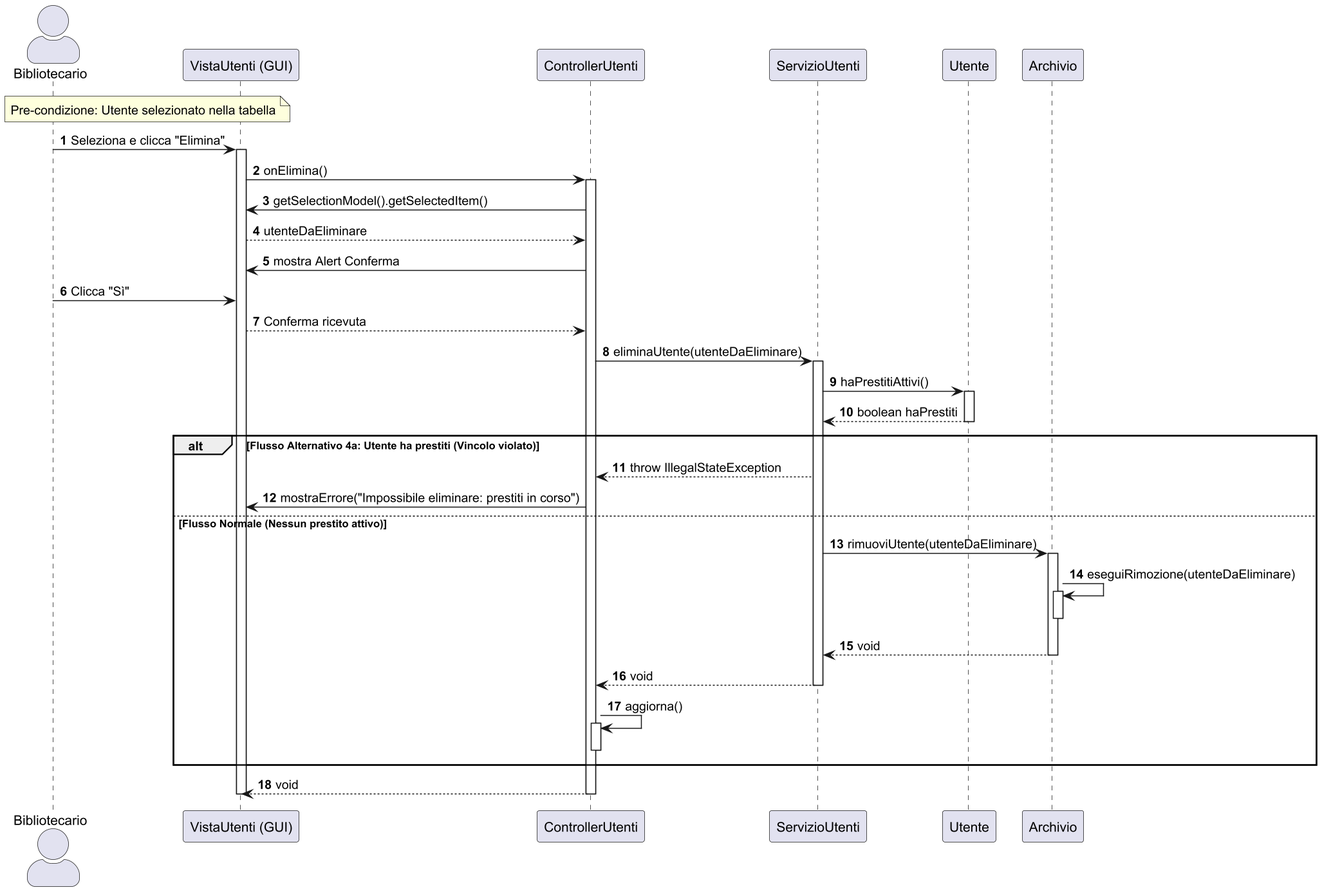
Above: docs/Design/Diagrammi di sequenza/UC10.png in digregoriomario/bibliosoft (PlantUML), before the change.
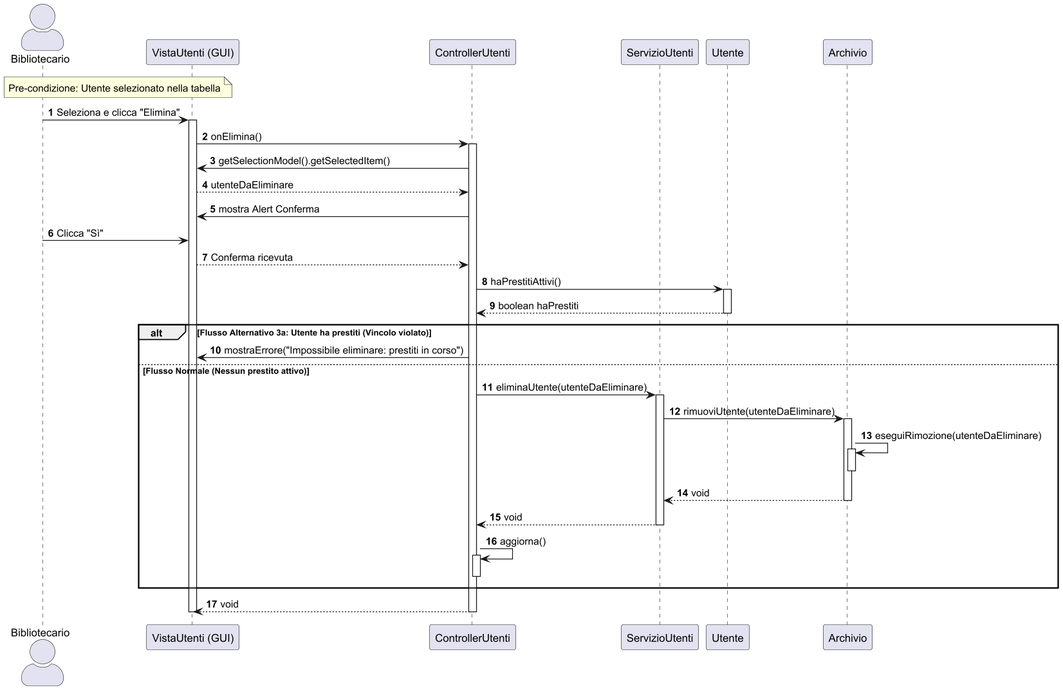
Above is the later version.

Diff of the diagram source:
```diff
@@ -24,37 +24,33 @@
     User -> GUI : Clicca "Sì"
     GUI --> CU : Conferma ricevuta
 
-    CU -> SU : eliminaUtente(utenteDaEliminare)
-    activate SU
+    CU -> Model : haPrestitiAttivi()
+    activate Model
+    Model --> CU : boolean haPrestiti
+    deactivate Model
 
-        SU -> Model : haPrestitiAttivi()
-        activate Model
-        Model --> SU : boolean haPrestiti
-        deactivate Model
+    alt Flusso Alternativo 3a: Utente ha prestiti (Vincolo violato)
+        CU -> GUI : mostraErrore("Impossibile eliminare: prestiti in corso")
 
-        alt Flusso Alternativo 4a: Utente ha prestiti (Vincolo violato)
-            SU --> CU : throw IllegalStateException
+    else Flusso Normale (Nessun prestito attivo)
+        CU -> SU : eliminaUtente(utenteDaEliminare)
+        activate SU
 
-            CU -> GUI : mostraErrore("Impossibile eliminare: prestiti in corso")
-
-        else Flusso Normale (Nessun prestito attivo)
             SU -> ARC : rimuoviUtente(utenteDaEliminare)
             activate ARC
-
             ARC -> ARC : eseguiRimozione(utenteDaEliminare)
             activate ARC
             deactivate ARC
-
             ARC --> SU : void
             deactivate ARC
 
-            SU --> CU : void
-            deactivate SU
+        SU --> CU : void
+        deactivate SU
 
-            CU -> CU : aggiorna()
-            activate CU
-            deactivate CU
-        end
+        CU -> CU : aggiorna()
+        activate CU
+        deactivate CU
+    end
 
 CU --> GUI : void
 deactivate CU
```
